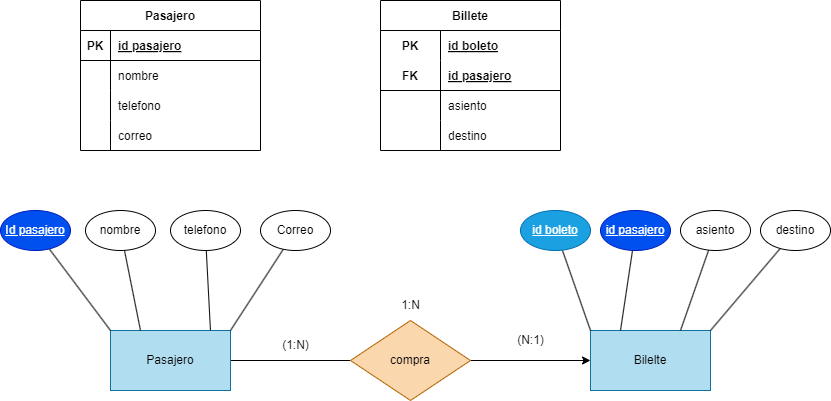
Above: Tareas/Unidad2/ejercicio2.10.drawio.png in WhiteCascade/BAE (draw.io), before the change. Source tidied: cells renumbered, new cells last; positions are measured from the earlier drawing's top-left corner, leaving out a move shared by most shapes.
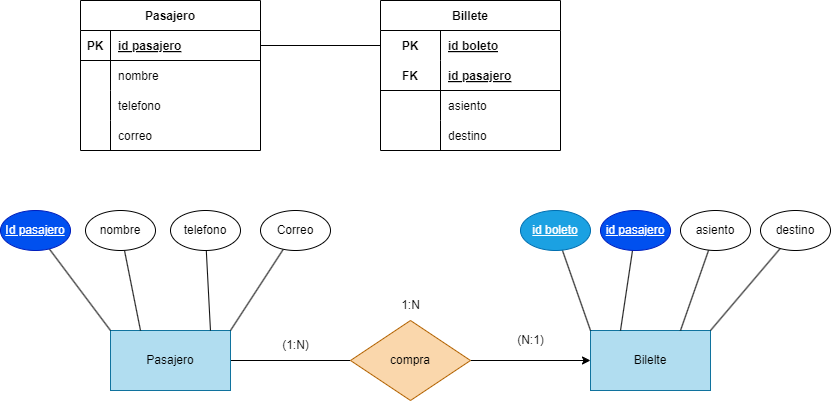
Above is the later version.

Change to the diagram source:
```diff
@@ -152,5 +152,8 @@
     <mxCell id="51" value="1:N" style="text;html=1;align=center;verticalAlign=middle;strokeColor=none;fillColor=none;" parent="1" vertex="1">
       <mxGeometry x="390" y="290" width="40" height="30" as="geometry" />
     </mxCell>
+    <mxCell id="52" style="edgeStyle=none;html=1;entryX=0;entryY=0.5;entryDx=0;entryDy=0;endArrow=none;endFill=0;" parent="1" edge="1" source="3" target="16">
+      <mxGeometry relative="1" as="geometry" />
+    </mxCell>
   </root>
 </mxGraphModel>
```
